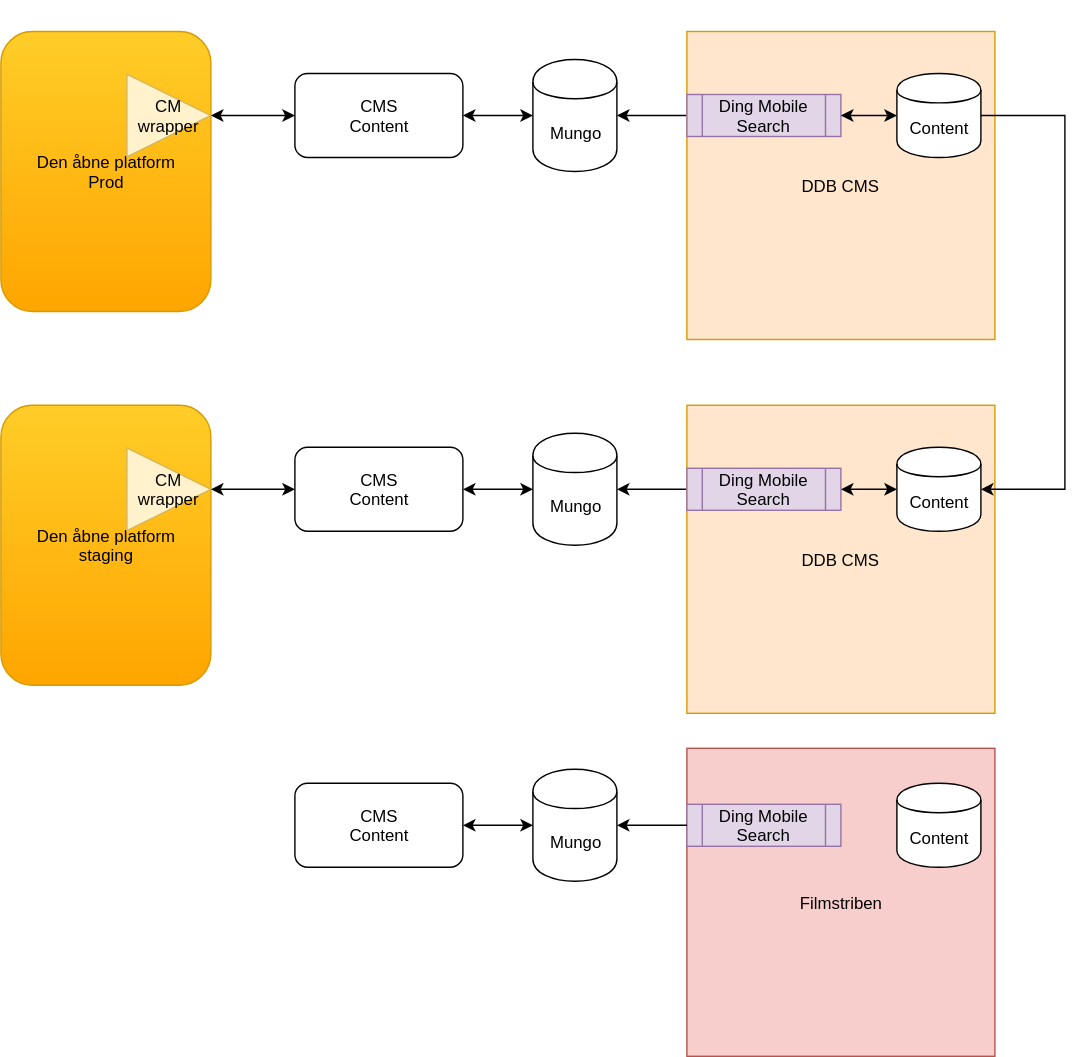
Before: CMScontent_wrapper.svg, a diagram exported from draw.io (danskernesdigitalebibliotek/public). Source tidied: cells renumbered, new cells last; positions are measured from the earlier drawing's top-left corner, leaving out a move shared by most shapes.
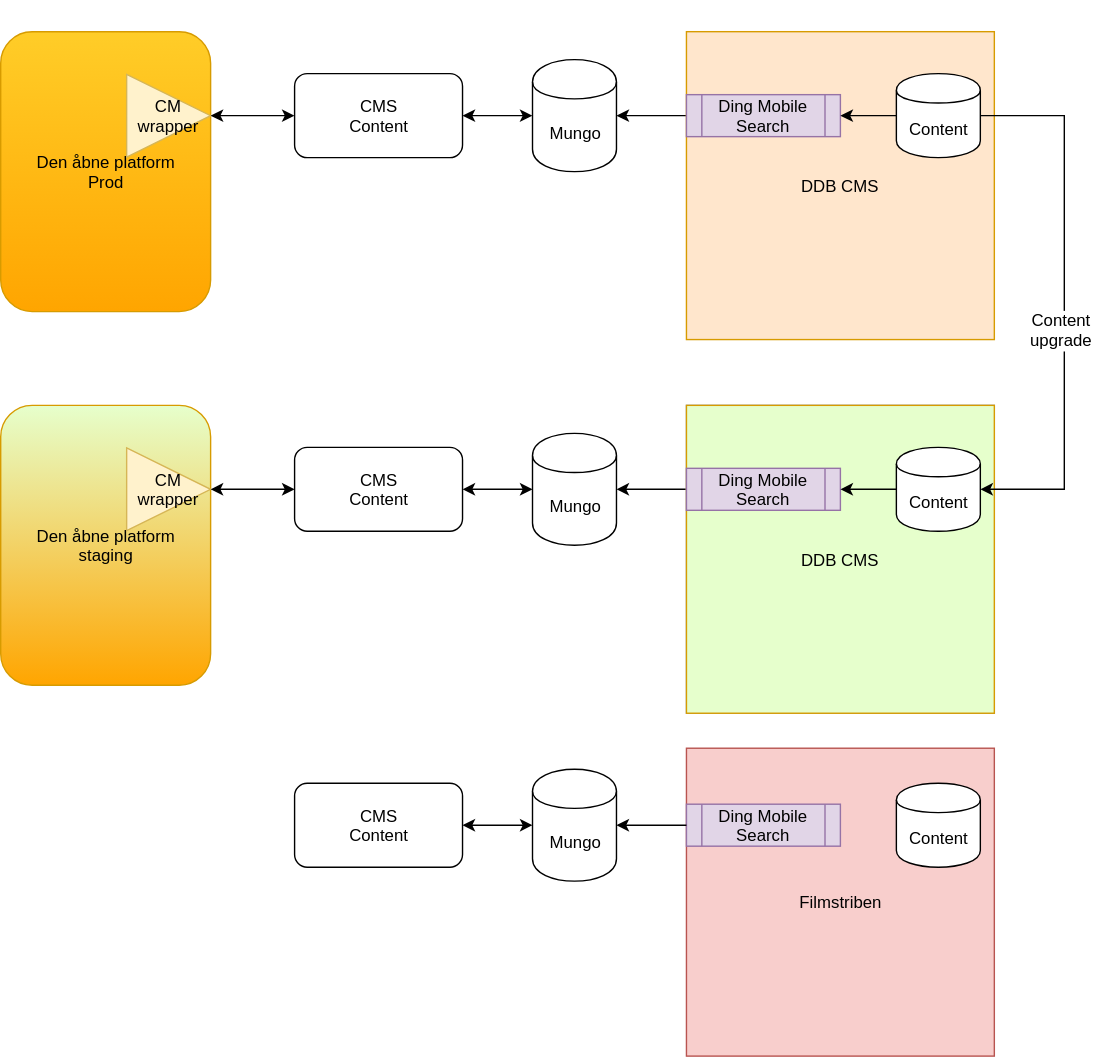
After the change.

Diff of the diagram source:
```diff
@@ -38,13 +38,13 @@
     <mxCell id="12" value="Ding Mobile Search" style="shape=process;whiteSpace=wrap;html=1;fillColor=#e1d5e7;strokeColor=#9673a6;" parent="10" vertex="1">
       <mxGeometry y="45" width="110" height="30" as="geometry" />
     </mxCell>
+    <mxCell id="14" style="edgeStyle=orthogonalEdgeStyle;rounded=0;html=1;exitX=0;exitY=0.5;entryX=1;entryY=0.5;jettySize=auto;" parent="10" edge="1" source="13" target="12">
+      <mxGeometry relative="1" as="geometry" />
+    </mxCell>
     <mxCell id="13" value="Content" style="shape=cylinder;whiteSpace=wrap;html=1;boundedLbl=1;" parent="10" vertex="1">
       <mxGeometry x="150" y="30" width="60" height="60" as="geometry" />
     </mxCell>
-    <mxCell id="14" style="endArrow=classic;startArrow=classic;html=1;exitX=0;exitY=0.5;entryX=1;entryY=0.5;" parent="10" edge="1" source="13" target="12">
-      <mxGeometry relative="1" as="geometry" />
-    </mxCell>
-    <mxCell id="15" value="Den åbne platform&lt;div&gt;staging&lt;/div&gt;" style="rounded=1;whiteSpace=wrap;html=1;fillColor=#ffcd28;strokeColor=#d79b00;gradientColor=#ffa500;" parent="1" vertex="1">
+    <mxCell id="15" value="Den åbne platform&lt;div&gt;staging&lt;/div&gt;" style="rounded=1;whiteSpace=wrap;html=1;fillColor=#E6FFCC;strokeColor=#d79b00;gradientColor=#ffa500;" parent="1" vertex="1">
       <mxGeometry y="282" width="150" height="200" as="geometry" />
     </mxCell>
     <mxCell id="16" value="CM&lt;br&gt;wrapper" style="triangle;whiteSpace=wrap;html=1;fillColor=#fff2cc;strokeColor=#d6b656;" parent="15" vertex="1">
@@ -71,21 +71,21 @@
     <mxCell id="22" style="endArrow=classic;startArrow=classic;html=1;entryX=1;entryY=0.5;exitX=0;exitY=0.5;" parent="1" edge="1" source="19" target="20">
       <mxGeometry relative="1" as="geometry" />
     </mxCell>
-    <mxCell id="23" style="group;" parent="1" vertex="1">
+    <mxCell id="23" style="group;strokeColor=#7EA6E0;shadow=0;" parent="1" vertex="1">
       <mxGeometry x="490" y="282" width="220" height="220" as="geometry" />
     </mxCell>
-    <mxCell id="24" value="DDB CMS" style="whiteSpace=wrap;html=1;fillColor=#ffe6cc;strokeColor=#d79b00;" parent="23" vertex="1">
+    <mxCell id="24" value="DDB CMS" style="whiteSpace=wrap;html=1;fillColor=#E6FFCC;strokeColor=#d79b00;" parent="23" vertex="1">
       <mxGeometry width="220" height="220" as="geometry" />
     </mxCell>
     <mxCell id="25" value="Ding Mobile Search" style="shape=process;whiteSpace=wrap;html=1;fillColor=#e1d5e7;strokeColor=#9673a6;" parent="23" vertex="1">
       <mxGeometry y="45" width="110" height="30" as="geometry" />
     </mxCell>
+    <mxCell id="27" style="edgeStyle=orthogonalEdgeStyle;rounded=0;html=1;exitX=0;exitY=0.5;entryX=1;entryY=0.5;jettySize=auto;" parent="23" edge="1" source="26" target="25">
+      <mxGeometry relative="1" as="geometry" />
+    </mxCell>
     <mxCell id="26" value="Content" style="shape=cylinder;whiteSpace=wrap;html=1;boundedLbl=1;" parent="23" vertex="1">
       <mxGeometry x="150" y="30" width="60" height="60" as="geometry" />
     </mxCell>
-    <mxCell id="27" style="endArrow=classic;startArrow=classic;html=1;exitX=0;exitY=0.5;entryX=1;entryY=0.5;" parent="23" edge="1" source="26" target="25">
-      <mxGeometry relative="1" as="geometry" />
-    </mxCell>
     <mxCell id="28" style="edgeStyle=orthogonalEdgeStyle;rounded=0;html=1;exitX=1;exitY=0.5;entryX=1;entryY=0.5;jettySize=auto;" parent="1" edge="1" source="13" target="26">
       <mxGeometry relative="1" as="geometry">
         <Array as="points">
@@ -94,6 +94,9 @@
         </Array>
       </mxGeometry>
     </mxCell>
+    <mxCell id="37" value="Content&lt;div&gt;upgrade&lt;/div&gt;" style="text;html=1;align=center;verticalAlign=middle;labelBackgroundColor=#ffffff;" parent="28" vertex="1">
+      <mxGeometry x="0.1" y="-3" relative="1" as="geometry" />
+    </mxCell>
     <mxCell id="29" style="group;" parent="1" vertex="1">
       <mxGeometry x="490" y="527" width="220" height="220" as="geometry" />
     </mxCell>
```
